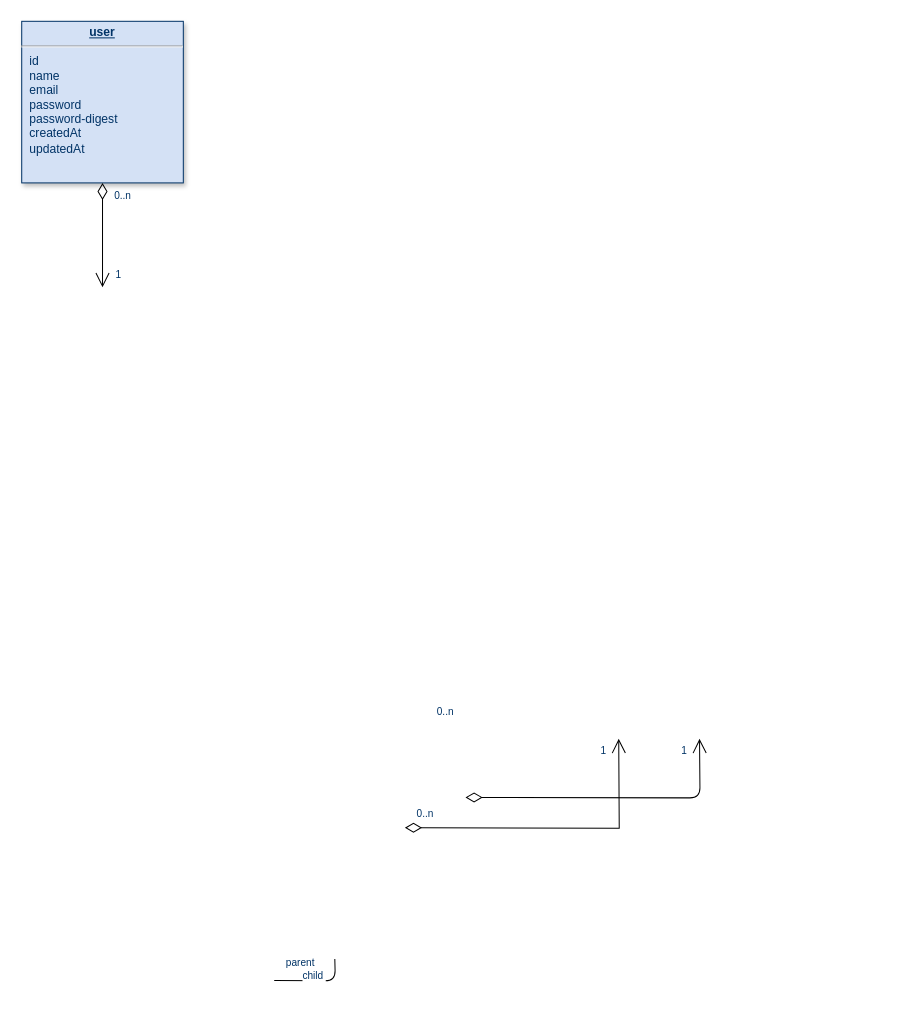
Seiwa-Edu/rails_docker keeps this draw.io diagram as Untitled Diagram.drawio. Above is the earlier version. Source tidied: cells renumbered, new cells numbered last; positions are measured from the earlier drawing's top-left corner, leaving out a move shared by most shapes. Both pictures are drawn from the tidied source at 101%, with x=0, y=0 at pixel (21, 21).
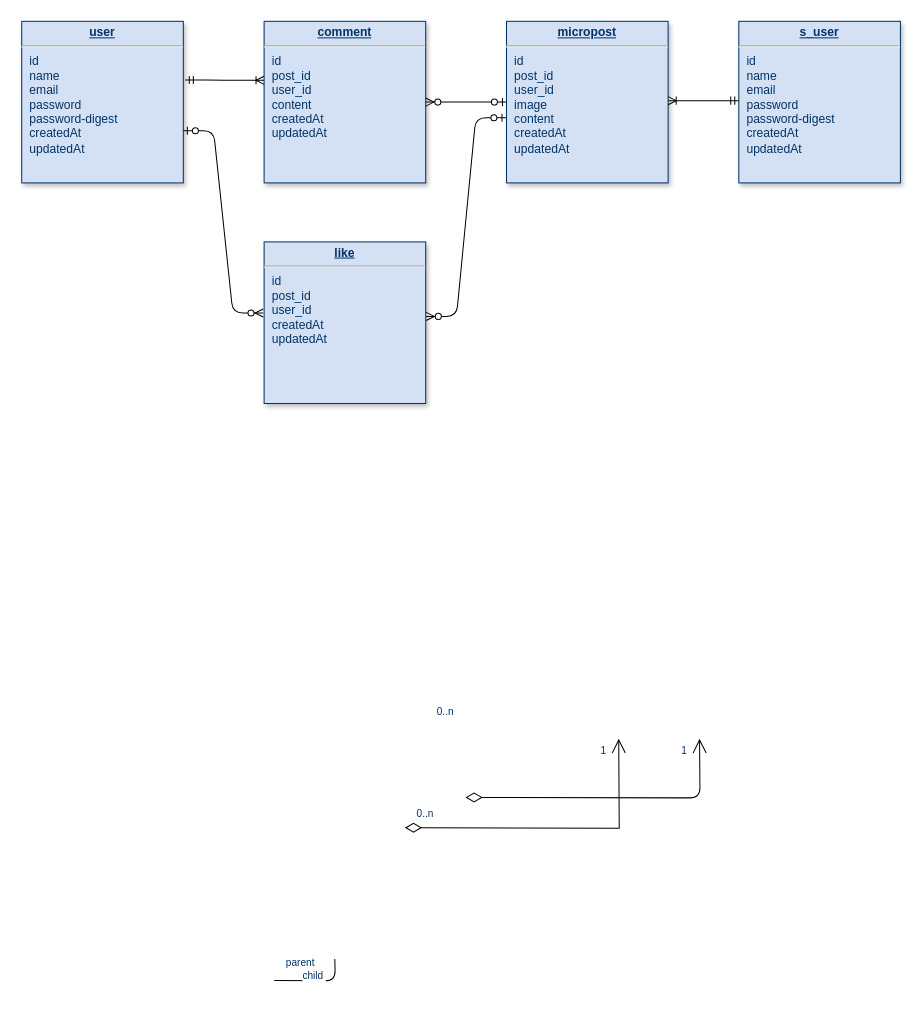
The same diagram, later.

The change refers to these unchanged cells:
```xml
<mxCell id="2" value="&lt;p style=&quot;margin: 0px ; margin-top: 4px ; text-align: center ; text-decoration: underline&quot;&gt;&lt;b&gt;user&lt;/b&gt;&lt;/p&gt;&lt;hr&gt;&lt;p style=&quot;margin: 0px ; margin-left: 8px&quot;&gt;id&lt;/p&gt;&lt;p style=&quot;margin: 0px ; margin-left: 8px&quot;&gt;name&lt;/p&gt;&lt;p style=&quot;margin: 0px ; margin-left: 8px&quot;&gt;email&lt;/p&gt;&lt;p style=&quot;margin: 0px ; margin-left: 8px&quot;&gt;password&lt;/p&gt;&lt;p style=&quot;margin: 0px ; margin-left: 8px&quot;&gt;password-digest&lt;br&gt;&lt;/p&gt;&lt;p style=&quot;margin: 0px ; margin-left: 8px&quot;&gt;createdAt&lt;/p&gt;&lt;p style=&quot;margin: 0px ; margin-left: 8px&quot;&gt;updatedAt&lt;/p&gt;" style="verticalAlign=top;align=left;overflow=fill;fontSize=12;fontFamily=Helvetica;html=1;strokeColor=#003366;shadow=1;fillColor=#D4E1F5;fontColor=#003366;" parent="1" vertex="1">
  <mxGeometry y="-0.4" width="160" height="160" as="geometry" />
</mxCell>
```

Diff of the diagram source:
```diff
@@
-    <mxCell id="9" style="endArrow=open;endSize=12;startArrow=diamondThin;startSize=14;startFill=0;edgeStyle=orthogonalEdgeStyle;" parent="1" edge="1" source="2">
-      <mxGeometry x="620" y="340" as="geometry">
-        <mxPoint x="80" y="263" as="targetPoint" />
-      </mxGeometry>
-    </mxCell>
-    <mxCell id="10" value="0..n" style="align=left;verticalAlign=top;labelBackgroundColor=#ffffff;fontSize=10;strokeColor=#003366;shadow=1;fillColor=#D4E1F5;fontColor=#003366;" parent="9" vertex="1">
-      <mxGeometry x="-1" relative="1" as="geometry">
-        <mxPoint x="10" as="offset" />
-      </mxGeometry>
-    </mxCell>
-    <mxCell id="11" value="1" style="align=right;verticalAlign=top;labelBackgroundColor=#ffffff;fontSize=10;strokeColor=#003366;shadow=1;fillColor=#D4E1F5;fontColor=#003366;" parent="9" vertex="1">
-      <mxGeometry x="1" relative="1" as="geometry">
-        <mxPoint x="20" y="-25" as="offset" />
-      </mxGeometry>
-    </mxCell>
@@
+    <mxCell id="15" value="&lt;p style=&quot;margin: 0px ; margin-top: 4px ; text-align: center ; text-decoration: underline&quot;&gt;&lt;b&gt;micropost&lt;/b&gt;&lt;/p&gt;&lt;hr&gt;&lt;p style=&quot;margin: 0px 0px 0px 8px&quot;&gt;id&lt;/p&gt;&lt;p style=&quot;margin: 0px 0px 0px 8px&quot;&gt;post_id&lt;/p&gt;&lt;p style=&quot;margin: 0px 0px 0px 8px&quot;&gt;user_id&lt;/p&gt;&lt;p style=&quot;margin: 0px 0px 0px 8px&quot;&gt;image&lt;/p&gt;&lt;p style=&quot;margin: 0px 0px 0px 8px&quot;&gt;content&lt;/p&gt;&lt;p style=&quot;margin: 0px 0px 0px 8px&quot;&gt;createdAt&lt;/p&gt;&lt;p style=&quot;margin: 0px 0px 0px 8px&quot;&gt;updatedAt&lt;/p&gt;" style="verticalAlign=top;align=left;overflow=fill;fontSize=12;fontFamily=Helvetica;html=1;strokeColor=#003366;shadow=1;fillColor=#D4E1F5;fontColor=#003366;" parent="1" vertex="1">
+      <mxGeometry x="480" y="-0.4" width="160" height="160" as="geometry" />
+    </mxCell>
+    <mxCell id="16" value="&lt;p style=&quot;margin: 0px ; margin-top: 4px ; text-align: center ; text-decoration: underline&quot;&gt;&lt;b&gt;s_user&lt;/b&gt;&lt;/p&gt;&lt;hr&gt;&lt;p style=&quot;margin: 0px ; margin-left: 8px&quot;&gt;id&lt;/p&gt;&lt;p style=&quot;margin: 0px ; margin-left: 8px&quot;&gt;name&lt;/p&gt;&lt;p style=&quot;margin: 0px ; margin-left: 8px&quot;&gt;email&lt;/p&gt;&lt;p style=&quot;margin: 0px ; margin-left: 8px&quot;&gt;password&lt;/p&gt;&lt;p style=&quot;margin: 0px ; margin-left: 8px&quot;&gt;password-digest&lt;br&gt;&lt;/p&gt;&lt;p style=&quot;margin: 0px ; margin-left: 8px&quot;&gt;createdAt&lt;/p&gt;&lt;p style=&quot;margin: 0px ; margin-left: 8px&quot;&gt;updatedAt&lt;/p&gt;" style="verticalAlign=top;align=left;overflow=fill;fontSize=12;fontFamily=Helvetica;html=1;strokeColor=#003366;shadow=1;fillColor=#D4E1F5;fontColor=#003366;" parent="1" vertex="1">
+      <mxGeometry x="710" y="-0.4" width="160" height="160" as="geometry" />
+    </mxCell>
+    <mxCell id="17" value="&lt;p style=&quot;margin: 0px ; margin-top: 4px ; text-align: center ; text-decoration: underline&quot;&gt;&lt;b&gt;comment&lt;/b&gt;&lt;/p&gt;&lt;hr&gt;&lt;p style=&quot;margin: 0px ; margin-left: 8px&quot;&gt;id&lt;/p&gt;&lt;p style=&quot;margin: 0px ; margin-left: 8px&quot;&gt;post_id&lt;/p&gt;&lt;p style=&quot;margin: 0px ; margin-left: 8px&quot;&gt;user_id&lt;/p&gt;&lt;p style=&quot;margin: 0px ; margin-left: 8px&quot;&gt;content&lt;/p&gt;&lt;p style=&quot;margin: 0px ; margin-left: 8px&quot;&gt;createdAt&lt;/p&gt;&lt;p style=&quot;margin: 0px ; margin-left: 8px&quot;&gt;updatedAt&lt;/p&gt;" style="verticalAlign=top;align=left;overflow=fill;fontSize=12;fontFamily=Helvetica;html=1;strokeColor=#003366;shadow=1;fillColor=#D4E1F5;fontColor=#003366;" parent="1" vertex="1">
+      <mxGeometry x="240" y="-0.4" width="160" height="160" as="geometry" />
+    </mxCell>
+    <mxCell id="18" value="&lt;p style=&quot;margin: 0px ; margin-top: 4px ; text-align: center ; text-decoration: underline&quot;&gt;&lt;b&gt;like&lt;/b&gt;&lt;/p&gt;&lt;hr&gt;&lt;p style=&quot;margin: 0px 0px 0px 8px&quot;&gt;id&lt;/p&gt;&lt;p style=&quot;margin: 0px 0px 0px 8px&quot;&gt;post_id&lt;/p&gt;&lt;p style=&quot;margin: 0px 0px 0px 8px&quot;&gt;user_id&lt;/p&gt;&lt;p style=&quot;margin: 0px 0px 0px 8px&quot;&gt;createdAt&lt;/p&gt;&lt;p style=&quot;margin: 0px 0px 0px 8px&quot;&gt;updatedAt&lt;/p&gt;" style="verticalAlign=top;align=left;overflow=fill;fontSize=12;fontFamily=Helvetica;html=1;strokeColor=#003366;shadow=1;fillColor=#D4E1F5;fontColor=#003366;" parent="1" vertex="1">
+      <mxGeometry x="240" y="218" width="160" height="160" as="geometry" />
+    </mxCell>
+    <mxCell id="19" style="edgeStyle=entityRelationEdgeStyle;fontSize=12;html=1;endArrow=ERzeroToMany;startArrow=ERzeroToOne;entryX=-0.006;entryY=0.44;entryDx=0;entryDy=0;entryPerimeter=0;" parent="1" edge="1" target="18">
+      <mxGeometry relative="1" as="geometry">
+        <mxPoint x="160" y="108" as="sourcePoint" />
+      </mxGeometry>
+    </mxCell>
+    <mxCell id="20" style="edgeStyle=entityRelationEdgeStyle;fontSize=12;html=1;endArrow=ERzeroToMany;startArrow=ERzeroToOne;exitX=-0.003;exitY=0.597;exitDx=0;exitDy=0;entryX=1.003;entryY=0.461;entryDx=0;entryDy=0;entryPerimeter=0;exitPerimeter=0;" parent="1" edge="1" source="15" target="18">
+      <mxGeometry relative="1" as="geometry" />
+    </mxCell>
+    <mxCell id="21" style="edgeStyle=entityRelationEdgeStyle;fontSize=12;html=1;endArrow=ERzeroToMany;startArrow=ERzeroToOne;entryX=1;entryY=0.5;entryDx=0;entryDy=0;exitX=0;exitY=0.5;exitDx=0;exitDy=0;" parent="1" edge="1" source="15" target="17">
+      <mxGeometry relative="1" as="geometry" />
+    </mxCell>
+    <mxCell id="22" style="edgeStyle=entityRelationEdgeStyle;fontSize=12;html=1;endArrow=ERoneToMany;startArrow=ERmandOne;exitX=1.012;exitY=0.363;exitDx=0;exitDy=0;exitPerimeter=0;" parent="1" edge="1" source="2">
+      <mxGeometry relative="1" as="geometry">
+        <mxPoint x="240" y="58" as="targetPoint" />
+      </mxGeometry>
+    </mxCell>
+    <mxCell id="23" style="edgeStyle=entityRelationEdgeStyle;fontSize=12;html=1;endArrow=ERoneToMany;startArrow=ERmandOne;exitX=0;exitY=0.491;exitDx=0;exitDy=0;exitPerimeter=0;entryX=1;entryY=0.491;entryDx=0;entryDy=0;entryPerimeter=0;" parent="1" edge="1" source="16" target="15">
+      <mxGeometry relative="1" as="geometry" />
+    </mxCell>
```
